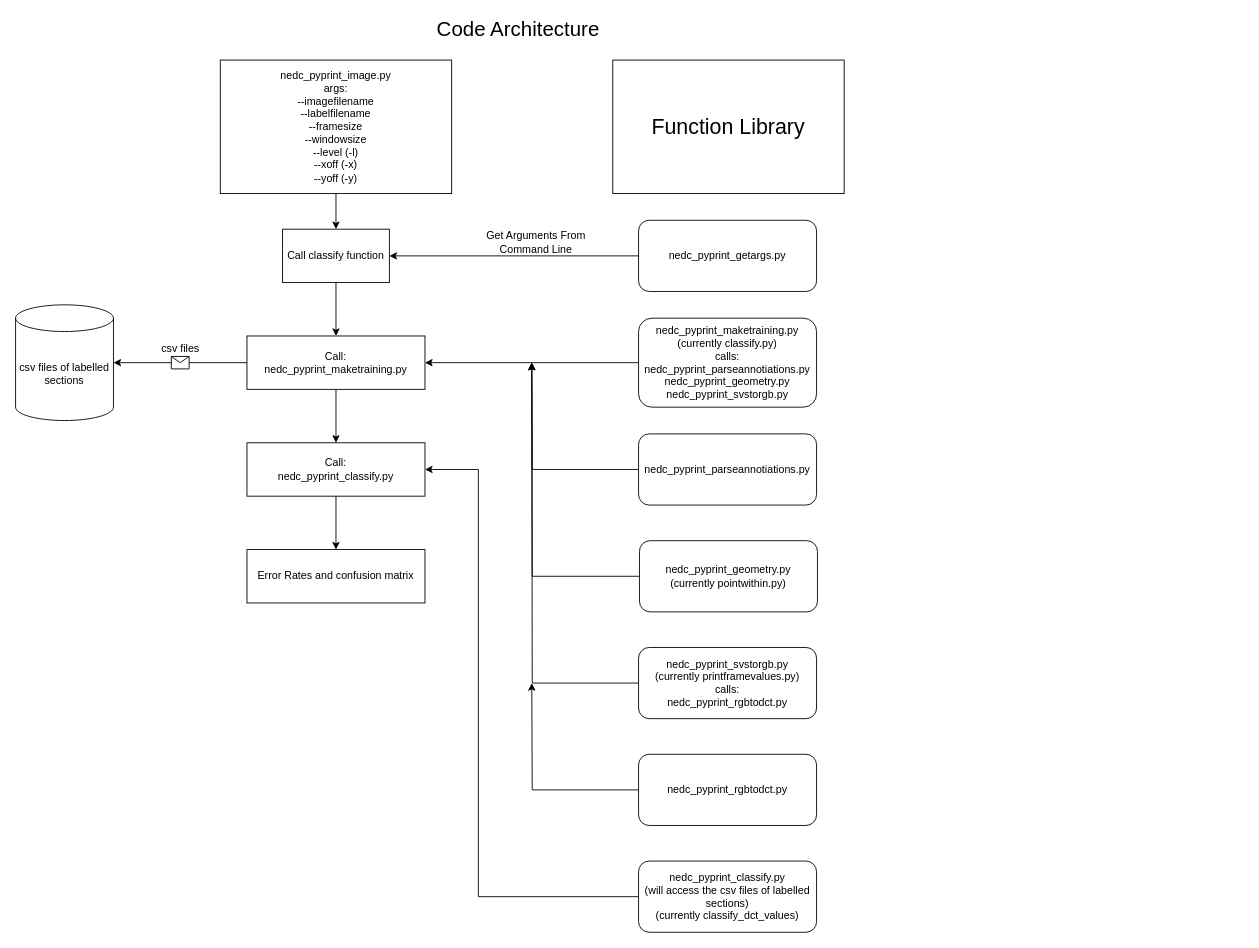
Above: flowchart/code_architecture.drawio in Leo-Berman/Machine-Learning-Applications-In-Digital-Pathology (draw.io), before the change. Source tidied: cells renumbered, new cells numbered last; positions are measured from the earlier drawing's top-left corner, leaving out a move shared by most shapes. Both pictures are drawn from the tidied source at 89%, with x=0, y=0 at pixel (15, 15).
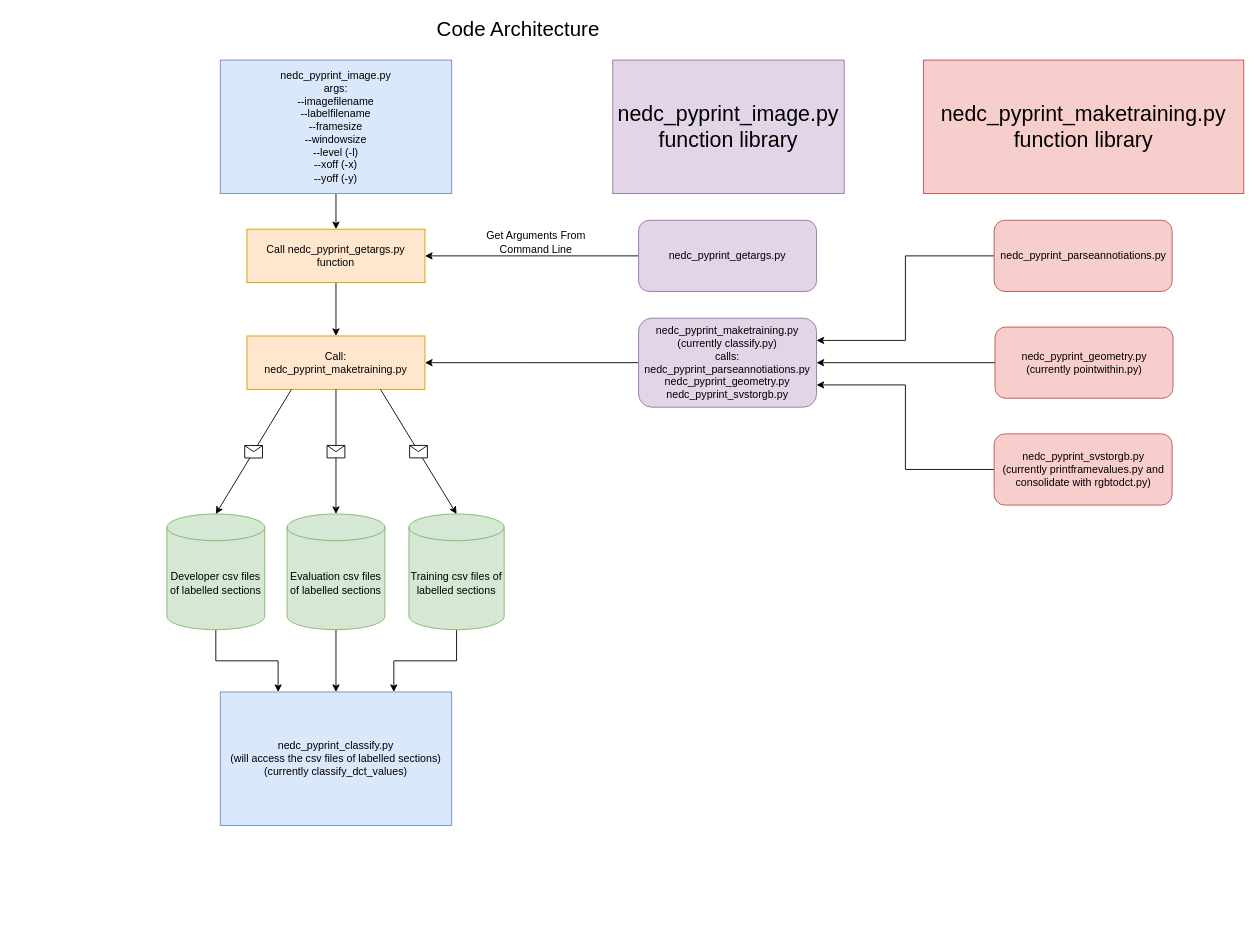
After the change.

Commit message (it also covers changes not shown here):
updating code architecture

Diff of the diagram source:
```diff
@@
-    <mxCell id="4" value="nedc_pyprint_image.py&lt;div&gt;args:&lt;/div&gt;&lt;div&gt;--imagefilename&lt;/div&gt;&lt;div&gt;--labelfilename&lt;/div&gt;&lt;div&gt;--framesize&lt;/div&gt;&lt;div&gt;--windowsize&lt;/div&gt;&lt;div&gt;--level (-l)&lt;/div&gt;&lt;div&gt;--xoff (-x)&lt;/div&gt;&lt;div&gt;--yoff (-y)&lt;/div&gt;" style="rounded=0;whiteSpace=wrap;html=1;" parent="1" vertex="1">
+    <mxCell id="4" value="nedc_pyprint_image.py&lt;div&gt;args:&lt;/div&gt;&lt;div&gt;--imagefilename&lt;/div&gt;&lt;div&gt;--labelfilename&lt;/div&gt;&lt;div&gt;--framesize&lt;/div&gt;&lt;div&gt;--windowsize&lt;/div&gt;&lt;div&gt;--level (-l)&lt;/div&gt;&lt;div&gt;--xoff (-x)&lt;/div&gt;&lt;div&gt;--yoff (-y)&lt;/div&gt;" style="rounded=0;whiteSpace=wrap;html=1;fillColor=#dae8fc;strokeColor=#6c8ebf;" parent="1" vertex="1">
       <mxGeometry x="230" y="50" width="260" height="150" as="geometry" />
     </mxCell>
-    <mxCell id="5" value="&lt;font style=&quot;font-size: 24px;&quot;&gt;Function Library&lt;/font&gt;" style="rounded=0;whiteSpace=wrap;html=1;" parent="1" vertex="1">
+    <mxCell id="5" value="&lt;font style=&quot;font-size: 24px;&quot;&gt;nedc_pyprint_image.py&lt;/font&gt;&lt;div&gt;&lt;font style=&quot;font-size: 24px;&quot;&gt;function library&lt;/font&gt;&lt;/div&gt;" style="rounded=0;whiteSpace=wrap;html=1;fillColor=#e1d5e7;strokeColor=#9673a6;" parent="1" vertex="1">
       <mxGeometry x="671" y="50" width="260" height="150" as="geometry" />
     </mxCell>
@@
-    <mxCell id="7" value="nedc_pyprint_getargs.py" style="rounded=1;whiteSpace=wrap;html=1;" parent="1" vertex="1">
+    <mxCell id="7" value="nedc_pyprint_getargs.py" style="rounded=1;whiteSpace=wrap;html=1;fillColor=#e1d5e7;strokeColor=#9673a6;" parent="1" vertex="1">
       <mxGeometry x="700" y="230" width="200" height="80" as="geometry" />
     </mxCell>
@@
-    <mxCell id="10" value="Call classify function" style="rounded=0;whiteSpace=wrap;html=1;" parent="1" vertex="1">
-      <mxGeometry x="300" y="240" width="120" height="60" as="geometry" />
+    <mxCell id="10" value="Call nedc_pyprint_getargs.py function" style="rounded=0;whiteSpace=wrap;html=1;fillColor=#ffe6cc;strokeColor=#d79b00;" parent="1" vertex="1">
+      <mxGeometry x="260" y="240" width="200" height="60" as="geometry" />
     </mxCell>
     <mxCell id="11" style="edgeStyle=orthogonalEdgeStyle;rounded=0;jettySize=auto;html=1;exitX=0;exitY=0.5;exitDx=0;exitDy=0;entryX=1;entryY=0.5;entryDx=0;entryDy=0;" parent="1" edge="1" source="12" target="14">
-      <mxGeometry relative="1" as="geometry" />
+      <mxGeometry relative="1" as="geometry">
+        <Array as="points">
+          <mxPoint x="570" y="390" />
+          <mxPoint x="570" y="390" />
+        </Array>
+      </mxGeometry>
     </mxCell>
-    <mxCell id="12" value="nedc_pyprint_maketraining.py&lt;div&gt;(currently classify.py)&lt;/div&gt;&lt;div&gt;calls:&lt;/div&gt;&lt;div&gt;nedc_pyprint_parseannotiations.py&lt;br&gt;&lt;/div&gt;&lt;div&gt;nedc_pyprint_geometry.py&lt;br&gt;&lt;/div&gt;&lt;div&gt;nedc_pyprint_svstorgb.py&lt;/div&gt;" style="rounded=1;whiteSpace=wrap;html=1;" parent="1" vertex="1">
+    <mxCell id="12" value="nedc_pyprint_maketraining.py&lt;div&gt;(currently classify.py)&lt;/div&gt;&lt;div&gt;calls:&lt;/div&gt;&lt;div&gt;nedc_pyprint_parseannotiations.py&lt;br&gt;&lt;/div&gt;&lt;div&gt;nedc_pyprint_geometry.py&lt;br&gt;&lt;/div&gt;&lt;div&gt;nedc_pyprint_svstorgb.py&lt;/div&gt;" style="rounded=1;whiteSpace=wrap;html=1;fillColor=#e1d5e7;strokeColor=#9673a6;" parent="1" vertex="1">
       <mxGeometry x="700" y="340" width="200" height="100" as="geometry" />
     </mxCell>
-    <mxCell id="13" style="edgeStyle=orthogonalEdgeStyle;rounded=0;jettySize=auto;html=1;exitX=0.5;exitY=1;exitDx=0;exitDy=0;entryX=0.5;entryY=0;entryDx=0;entryDy=0;" parent="1" edge="1" source="14" target="24">
-      <mxGeometry relative="1" as="geometry" />
-    </mxCell>
-    <mxCell id="14" value="Call:&lt;div&gt;nedc_pyprint_maketraining.py&lt;/div&gt;" style="rounded=0;whiteSpace=wrap;html=1;" parent="1" vertex="1">
+    <mxCell id="14" value="Call:&lt;div&gt;nedc_pyprint_maketraining.py&lt;/div&gt;" style="rounded=0;whiteSpace=wrap;html=1;fillColor=#ffe6cc;strokeColor=#d79b00;" parent="1" vertex="1">
       <mxGeometry x="260" y="360" width="200" height="60" as="geometry" />
     </mxCell>
-    <mxCell id="15" style="edgeStyle=orthogonalEdgeStyle;rounded=0;jettySize=auto;html=1;exitX=0;exitY=0.5;exitDx=0;exitDy=0;" parent="1" edge="1" source="16">
-      <mxGeometry relative="1" as="geometry">
-        <mxPoint x="580" y="390" as="targetPoint" />
-      </mxGeometry>
-    </mxCell>
+    <mxCell id="32" style="edgeStyle=orthogonalEdgeStyle;rounded=0;jettySize=auto;html=1;exitX=0;exitY=0.5;exitDx=0;exitDy=0;entryX=1;entryY=0.25;entryDx=0;entryDy=0;" parent="1" edge="1" source="16" target="12">
+      <mxGeometry relative="1" as="geometry" />
+    </mxCell>
-    <mxCell id="16" value="nedc_pyprint_parseannotiations.py" style="rounded=1;whiteSpace=wrap;html=1;" parent="1" vertex="1">
-      <mxGeometry x="700" y="470" width="200" height="80" as="geometry" />
+    <mxCell id="16" value="nedc_pyprint_parseannotiations.py" style="rounded=1;whiteSpace=wrap;html=1;fillColor=#f8cecc;strokeColor=#b85450;" parent="1" vertex="1">
+      <mxGeometry x="1099.5" y="230" width="200" height="80" as="geometry" />
     </mxCell>
-    <mxCell id="17" style="edgeStyle=orthogonalEdgeStyle;rounded=0;jettySize=auto;html=1;exitX=0;exitY=0.5;exitDx=0;exitDy=0;" parent="1" edge="1" source="18">
-      <mxGeometry relative="1" as="geometry">
-        <mxPoint x="580" y="390" as="targetPoint" />
-      </mxGeometry>
-    </mxCell>
+    <mxCell id="33" style="edgeStyle=orthogonalEdgeStyle;rounded=0;jettySize=auto;html=1;exitX=0;exitY=0.5;exitDx=0;exitDy=0;" parent="1" edge="1" source="18" target="12">
+      <mxGeometry relative="1" as="geometry" />
+    </mxCell>
-    <mxCell id="18" value="nedc_pyprint_geometry.py&lt;div&gt;(currently pointwithin.py)&lt;/div&gt;" style="rounded=1;whiteSpace=wrap;html=1;" parent="1" vertex="1">
-      <mxGeometry x="701" y="590" width="200" height="80" as="geometry" />
+    <mxCell id="18" value="nedc_pyprint_geometry.py&lt;div&gt;(currently pointwithin.py)&lt;/div&gt;" style="rounded=1;whiteSpace=wrap;html=1;fillColor=#f8cecc;strokeColor=#b85450;" parent="1" vertex="1">
+      <mxGeometry x="1100.5" y="350" width="200" height="80" as="geometry" />
     </mxCell>
-    <mxCell id="19" style="edgeStyle=orthogonalEdgeStyle;rounded=0;jettySize=auto;html=1;exitX=0;exitY=0.5;exitDx=0;exitDy=0;" parent="1" edge="1" source="20">
-      <mxGeometry relative="1" as="geometry">
-        <mxPoint x="580" y="390" as="targetPoint" />
-      </mxGeometry>
-    </mxCell>
+    <mxCell id="34" style="edgeStyle=orthogonalEdgeStyle;rounded=0;jettySize=auto;html=1;exitX=0;exitY=0.5;exitDx=0;exitDy=0;entryX=1;entryY=0.75;entryDx=0;entryDy=0;" parent="1" edge="1" source="20" target="12">
+      <mxGeometry relative="1" as="geometry" />
+    </mxCell>
-    <mxCell id="20" value="nedc_pyprint_svstorgb.py&lt;div&gt;(currently printframevalues.py)&lt;br&gt;&lt;div&gt;calls:&lt;/div&gt;&lt;div&gt;nedc_pyprint_rgbtodct.py&lt;/div&gt;&lt;/div&gt;" style="rounded=1;whiteSpace=wrap;html=1;" parent="1" vertex="1">
-      <mxGeometry x="700" y="710" width="200" height="80" as="geometry" />
+    <mxCell id="20" value="nedc_pyprint_svstorgb.py&lt;div&gt;(currently printframevalues.py and consolidate with rgbtodct.py)&lt;/div&gt;" style="rounded=1;whiteSpace=wrap;html=1;fillColor=#f8cecc;strokeColor=#b85450;" parent="1" vertex="1">
+      <mxGeometry x="1099.5" y="470" width="200" height="80" as="geometry" />
     </mxCell>
-    <mxCell id="21" style="edgeStyle=orthogonalEdgeStyle;rounded=0;jettySize=auto;html=1;exitX=0;exitY=0.5;exitDx=0;exitDy=0;" parent="1" edge="1" source="22">
-      <mxGeometry relative="1" as="geometry">
-        <mxPoint x="580" y="750" as="targetPoint" />
-      </mxGeometry>
-    </mxCell>
-    <mxCell id="22" value="nedc_pyprint_rgbtodct.py" style="rounded=1;whiteSpace=wrap;html=1;" parent="1" vertex="1">
-      <mxGeometry x="700" y="830" width="200" height="80" as="geometry" />
-    </mxCell>
-    <mxCell id="23" style="edgeStyle=orthogonalEdgeStyle;rounded=0;jettySize=auto;html=1;exitX=0.5;exitY=1;exitDx=0;exitDy=0;" parent="1" edge="1" source="24" target="29">
-      <mxGeometry relative="1" as="geometry" />
-    </mxCell>
-    <mxCell id="24" value="Call:&lt;div&gt;nedc_pyprint_classify.py&lt;/div&gt;" style="rounded=0;whiteSpace=wrap;html=1;" parent="1" vertex="1">
-      <mxGeometry x="260" y="480" width="200" height="60" as="geometry" />
-    </mxCell>
-    <mxCell id="25" style="edgeStyle=orthogonalEdgeStyle;rounded=0;jettySize=auto;html=1;exitX=0;exitY=0.5;exitDx=0;exitDy=0;entryX=1;entryY=0.5;entryDx=0;entryDy=0;" parent="1" edge="1" source="26" target="24">
-      <mxGeometry relative="1" as="geometry">
-        <Array as="points">
-          <mxPoint x="520" y="990" />
-          <mxPoint x="520" y="510" />
-        </Array>
-      </mxGeometry>
-    </mxCell>
-    <mxCell id="26" value="nedc_pyprint_classify.py&lt;div&gt;(will access the csv files of labelled sections)&lt;br&gt;&lt;div&gt;(currently classify_dct_values)&lt;/div&gt;&lt;/div&gt;" style="rounded=1;whiteSpace=wrap;html=1;" parent="1" vertex="1">
-      <mxGeometry x="700" y="950" width="200" height="80" as="geometry" />
-    </mxCell>
+    <mxCell id="35" style="edgeStyle=orthogonalEdgeStyle;rounded=0;jettySize=auto;html=1;exitX=0.5;exitY=1;exitDx=0;exitDy=0;exitPerimeter=0;entryX=0.5;entryY=0;entryDx=0;entryDy=0;" parent="1" edge="1" source="27" target="26">
+      <mxGeometry relative="1" as="geometry" />
+    </mxCell>
-    <mxCell id="27" value="csv files of labelled sections" style="shape=cylinder3;whiteSpace=wrap;html=1;boundedLbl=1;backgroundOutline=1;size=15;" parent="1" vertex="1">
-      <mxGeometry y="325" width="110" height="130" as="geometry" />
+    <mxCell id="27" value="Evaluation csv files of labelled sections" style="shape=cylinder3;whiteSpace=wrap;html=1;boundedLbl=1;backgroundOutline=1;size=15;fillColor=#d5e8d4;strokeColor=#82b366;" parent="1" vertex="1">
+      <mxGeometry x="305" y="560" width="110" height="130" as="geometry" />
     </mxCell>
-    <mxCell id="28" value="csv files" style="text;html=1;align=center;verticalAlign=middle;strokeColor=none;fillColor=none;" parent="1" vertex="1">
-      <mxGeometry x="150" y="360" width="70" height="30" as="geometry" />
-    </mxCell>
-    <mxCell id="29" value="Error Rates and confusion matrix" style="rounded=0;whiteSpace=wrap;html=1;" parent="1" vertex="1">
-      <mxGeometry x="260" y="600" width="200" height="60" as="geometry" />
-    </mxCell>
-    <mxCell id="30" style="endArrow=classic;html=1;rounded=0;exitX=0;exitY=0.5;exitDx=0;exitDy=0;entryX=1;entryY=0.5;entryDx=0;entryDy=0;entryPerimeter=0;" parent="1" edge="1" source="14" target="27">
+    <mxCell id="30" style="endArrow=classic;html=1;rounded=0;exitX=0.5;exitY=1;exitDx=0;exitDy=0;entryX=0.5;entryY=0;entryDx=0;entryDy=0;entryPerimeter=0;" parent="1" edge="1" source="14" target="27">
       <mxGeometry relative="1" as="geometry" />
     </mxCell>
@@
+    <mxCell id="36" value="&lt;font style=&quot;font-size: 24px;&quot;&gt;nedc_pyprint_maketraining.py&lt;/font&gt;&lt;div&gt;&lt;font style=&quot;font-size: 24px;&quot;&gt;function library&lt;/font&gt;&lt;/div&gt;" style="rounded=0;whiteSpace=wrap;html=1;fillColor=#f8cecc;strokeColor=#b85450;" parent="1" vertex="1">
+      <mxGeometry x="1020" y="50" width="360" height="150" as="geometry" />
+    </mxCell>
+    <mxCell id="26" value="nedc_pyprint_classify.py&lt;div&gt;(will access the csv files of labelled sections)&lt;br&gt;&lt;div&gt;(currently classify_dct_values)&lt;/div&gt;&lt;/div&gt;" style="rounded=0;whiteSpace=wrap;html=1;fillColor=#dae8fc;strokeColor=#6c8ebf;" parent="1" vertex="1">
+      <mxGeometry x="230" y="760" width="260" height="150" as="geometry" />
+    </mxCell>
+    <mxCell id="37" style="edgeStyle=orthogonalEdgeStyle;rounded=0;jettySize=auto;html=1;exitX=0.5;exitY=1;exitDx=0;exitDy=0;exitPerimeter=0;entryX=0.25;entryY=0;entryDx=0;entryDy=0;" parent="1" edge="1" source="38" target="26">
+      <mxGeometry relative="1" as="geometry" />
+    </mxCell>
+    <mxCell id="38" value="Developer csv files of labelled sections" style="shape=cylinder3;whiteSpace=wrap;html=1;boundedLbl=1;backgroundOutline=1;size=15;fillColor=#d5e8d4;strokeColor=#82b366;" parent="1" vertex="1">
+      <mxGeometry x="170" y="560" width="110" height="130" as="geometry" />
+    </mxCell>
+    <mxCell id="39" style="edgeStyle=orthogonalEdgeStyle;rounded=0;jettySize=auto;html=1;exitX=0.5;exitY=1;exitDx=0;exitDy=0;exitPerimeter=0;entryX=0.75;entryY=0;entryDx=0;entryDy=0;" parent="1" edge="1" source="40" target="26">
+      <mxGeometry relative="1" as="geometry" />
+    </mxCell>
+    <mxCell id="40" value="Training csv files of labelled sections" style="shape=cylinder3;whiteSpace=wrap;html=1;boundedLbl=1;backgroundOutline=1;size=15;fillColor=#d5e8d4;strokeColor=#82b366;" parent="1" vertex="1">
+      <mxGeometry x="442" y="560" width="107" height="130" as="geometry" />
+    </mxCell>
+    <mxCell id="41" style="endArrow=classic;html=1;rounded=0;exitX=0.25;exitY=1;exitDx=0;exitDy=0;entryX=0.5;entryY=0;entryDx=0;entryDy=0;entryPerimeter=0;" parent="1" edge="1" source="14" target="38">
+      <mxGeometry relative="1" as="geometry" />
+    </mxCell>
+    <mxCell id="42" style="shape=message;html=1;" parent="41" vertex="1">
+      <mxGeometry width="20" height="14" relative="1" as="geometry">
+        <mxPoint x="-10" y="-7" as="offset" />
+      </mxGeometry>
+    </mxCell>
+    <mxCell id="43" style="endArrow=classic;html=1;rounded=0;exitX=0.75;exitY=1;exitDx=0;exitDy=0;entryX=0.5;entryY=0;entryDx=0;entryDy=0;entryPerimeter=0;" parent="1" edge="1" source="14" target="40">
+      <mxGeometry relative="1" as="geometry" />
+    </mxCell>
+    <mxCell id="44" style="shape=message;html=1;" parent="43" vertex="1">
+      <mxGeometry width="20" height="14" relative="1" as="geometry">
+        <mxPoint x="-10" y="-7" as="offset" />
+      </mxGeometry>
+    </mxCell>
```
